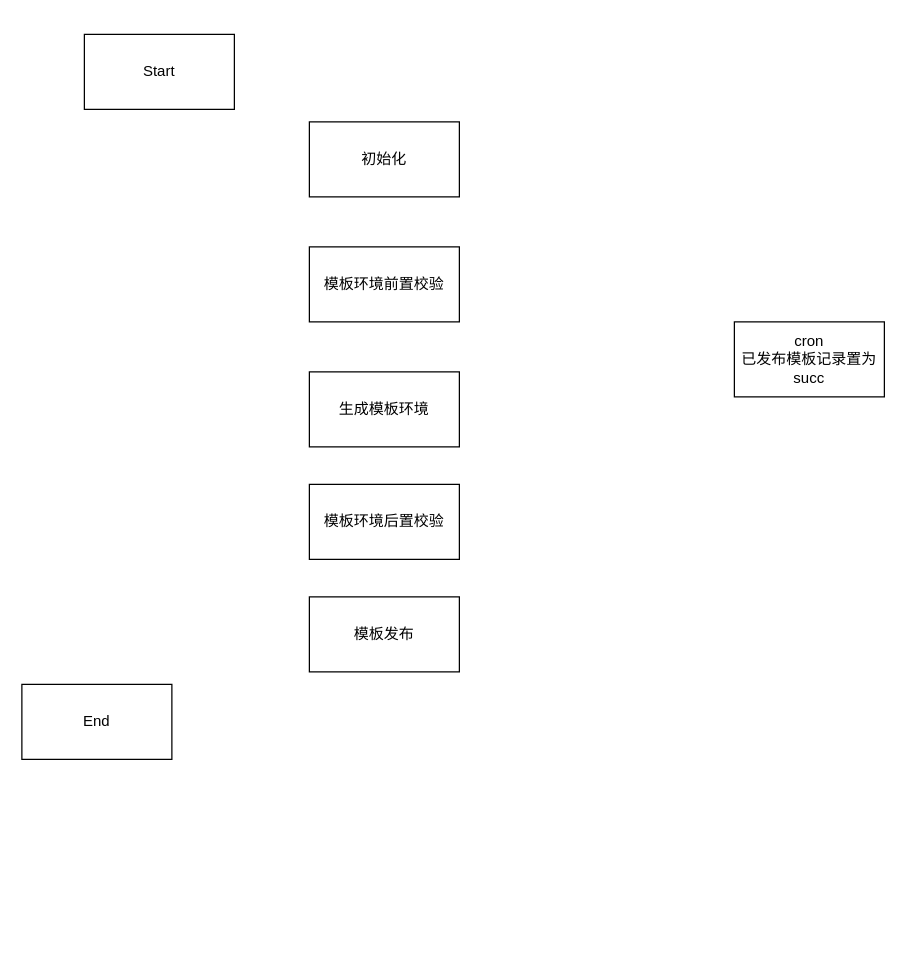
The draw.io diagram 状态流转.drawio in March-chen/drawio-project, before the edit. Source tidied: cells renumbered, new cells numbered last; positions are measured from the earlier drawing's top-left corner, leaving out a move shared by most shapes. Both pictures are drawn from the tidied source at 125%, with x=0, y=0 at pixel (21, 34).
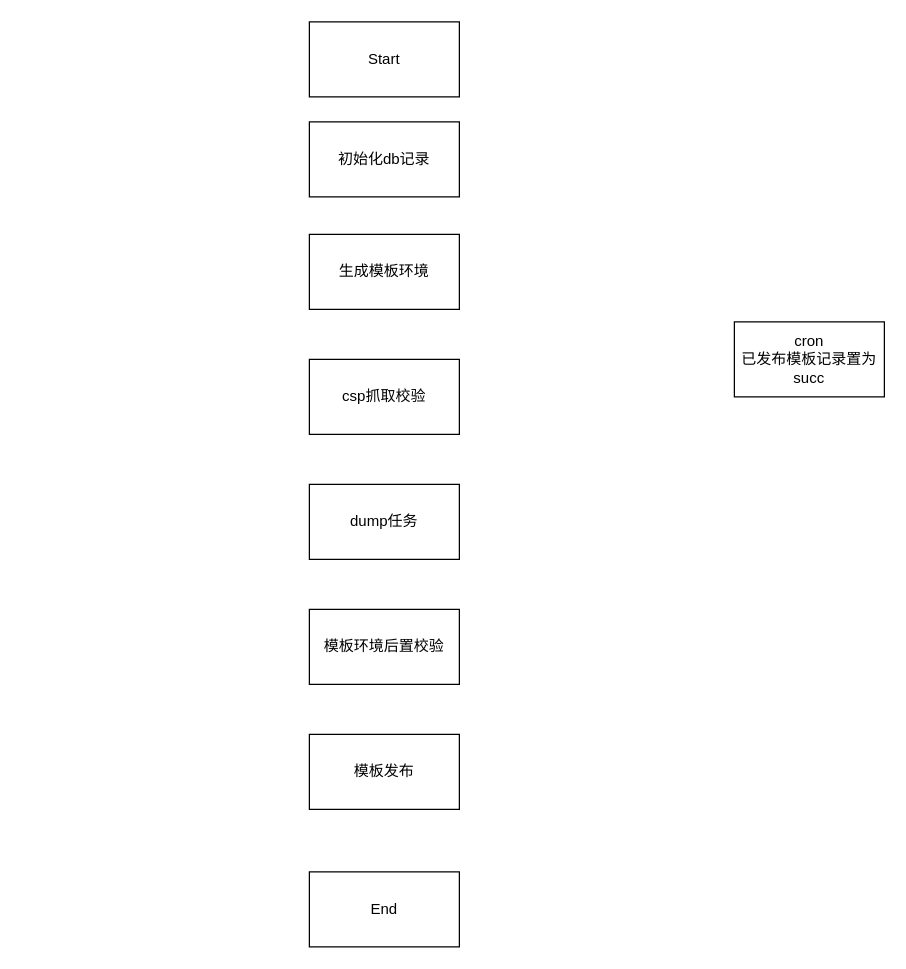
The same diagram, later.

Diff of the diagram source:
```diff
@@
 <mxGraphModel>
   <root>
     <mxCell id="0" />
     <mxCell id="1" parent="0" />
     <mxCell id="2" value="Start" style="rounded=0;whiteSpace=wrap;html=1;" parent="1" vertex="1">
-      <mxGeometry x="50" width="120" height="60" as="geometry" />
+      <mxGeometry x="230" y="-10" width="120" height="60" as="geometry" />
     </mxCell>
     <mxCell id="3" value="End" style="rounded=0;whiteSpace=wrap;html=1;" parent="1" vertex="1">
-      <mxGeometry y="520" width="120" height="60" as="geometry" />
+      <mxGeometry x="230" y="670" width="120" height="60" as="geometry" />
     </mxCell>
-    <mxCell id="4" value="初始化" style="rounded=0;whiteSpace=wrap;html=1;" parent="1" vertex="1">
+    <mxCell id="4" value="初始化db记录" style="rounded=0;whiteSpace=wrap;html=1;" parent="1" vertex="1">
       <mxGeometry x="230" y="70" width="120" height="60" as="geometry" />
     </mxCell>
     <mxCell id="5" value="生成模板环境" style="rounded=0;whiteSpace=wrap;html=1;" parent="1" vertex="1">
-      <mxGeometry x="230" y="270" width="120" height="60" as="geometry" />
+      <mxGeometry x="230" y="160" width="120" height="60" as="geometry" />
     </mxCell>
-    <mxCell id="6" value="模板环境前置校验" style="rounded=0;whiteSpace=wrap;html=1;" parent="1" vertex="1">
-      <mxGeometry x="230" y="170" width="120" height="60" as="geometry" />
+    <mxCell id="6" value="csp抓取校验" style="rounded=0;whiteSpace=wrap;html=1;" parent="1" vertex="1">
+      <mxGeometry x="230" y="260" width="120" height="60" as="geometry" />
     </mxCell>
     <mxCell id="7" value="模板环境后置校验" style="rounded=0;whiteSpace=wrap;html=1;" parent="1" vertex="1">
-      <mxGeometry x="230" y="360" width="120" height="60" as="geometry" />
+      <mxGeometry x="230" y="460" width="120" height="60" as="geometry" />
     </mxCell>
     <mxCell id="8" value="模板发布" style="rounded=0;whiteSpace=wrap;html=1;" parent="1" vertex="1">
-      <mxGeometry x="230" y="450" width="120" height="60" as="geometry" />
+      <mxGeometry x="230" y="560" width="120" height="60" as="geometry" />
     </mxCell>
     <mxCell id="9" value="cron&lt;br&gt;已发布模板记录置为succ" style="rounded=0;whiteSpace=wrap;html=1;" parent="1" vertex="1">
       <mxGeometry x="570" y="230" width="120" height="60" as="geometry" />
     </mxCell>
+    <mxCell id="10" value="dump任务" style="rounded=0;whiteSpace=wrap;html=1;" parent="1" vertex="1">
+      <mxGeometry x="230" y="360" width="120" height="60" as="geometry" />
+    </mxCell>
   </root>
 </mxGraphModel>
```
